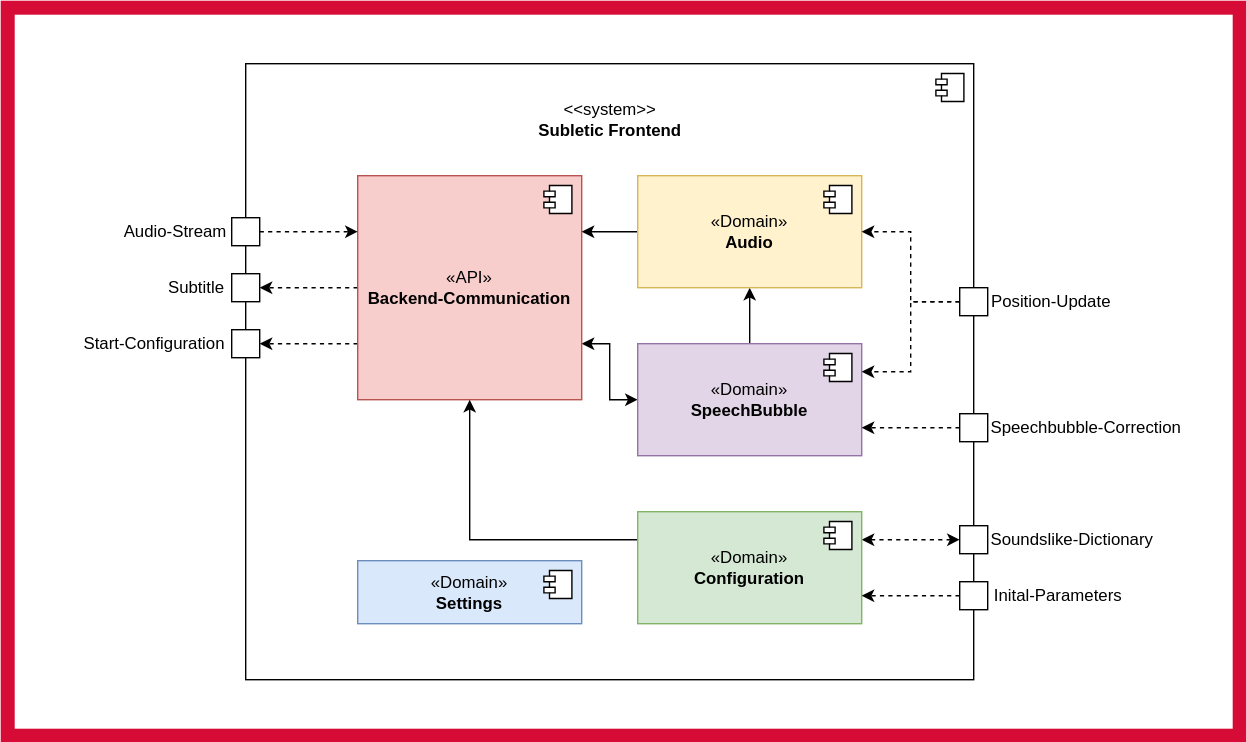
Subletic/Documentation keeps this draw.io diagram as TechnicalDocumentation/arc42/img/Bausteinsicht_1_Frontend.drawio.svg. Above is the earlier version. Source tidied: cells renumbered, new cells last; positions are measured from the earlier drawing's top-left corner, leaving out a move shared by most shapes.
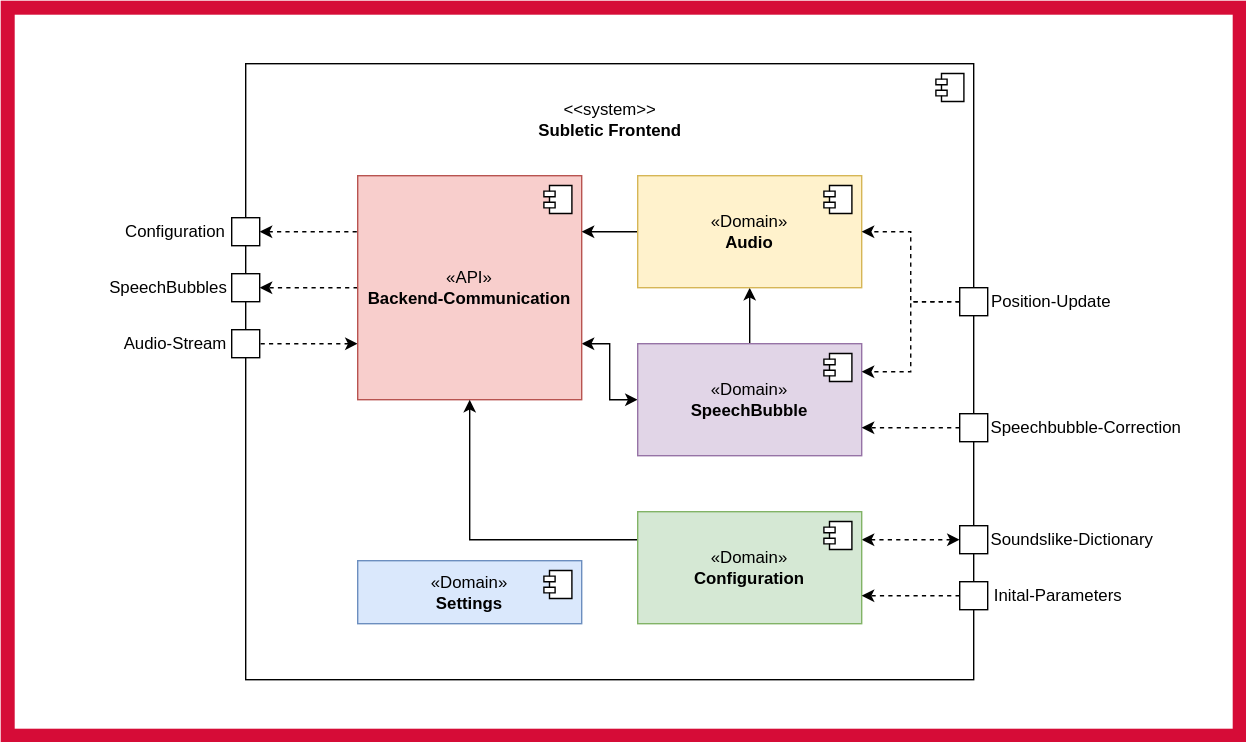
After the commit.

The edit, as a diff of the source:
```diff
@@ -24,7 +24,7 @@
     <mxCell id="6" style="edgeStyle=orthogonalEdgeStyle;rounded=0;jettySize=auto;html=1;exitX=1;exitY=0.75;exitDx=0;exitDy=0;entryX=0;entryY=0.5;entryDx=0;entryDy=0;startArrow=classic;startFill=1;" parent="1" edge="1" source="8" target="14">
       <mxGeometry relative="1" as="geometry" />
     </mxCell>
-    <mxCell id="7" style="edgeStyle=orthogonalEdgeStyle;rounded=0;jettySize=auto;html=1;exitX=0;exitY=0.75;exitDx=0;exitDy=0;entryX=1;entryY=0.5;entryDx=0;entryDy=0;dashed=1;" parent="1" edge="1" source="8" target="31">
+    <mxCell id="7" style="edgeStyle=orthogonalEdgeStyle;rounded=0;jettySize=auto;html=1;exitX=0;exitY=0.75;exitDx=0;exitDy=0;entryX=1;entryY=0.5;entryDx=0;entryDy=0;dashed=1;startArrow=classic;startFill=1;endArrow=none;endFill=0;" parent="1" edge="1" source="8" target="31">
       <mxGeometry relative="1" as="geometry" />
     </mxCell>
     <mxCell id="8" value="«API»&lt;br&gt;&lt;b&gt;Backend-Communication&lt;/b&gt;" style="html=1;whiteSpace=wrap;fillColor=#f8cecc;strokeColor=#b85450;" parent="1" vertex="1">
@@ -60,7 +60,7 @@
     <mxCell id="16" style="edgeStyle=orthogonalEdgeStyle;rounded=0;jettySize=auto;html=1;exitX=0;exitY=0.5;exitDx=0;exitDy=0;dashed=1;entryX=1;entryY=0.75;entryDx=0;entryDy=0;" parent="1" edge="1" source="24" target="14">
       <mxGeometry relative="1" as="geometry" />
     </mxCell>
-    <mxCell id="17" style="edgeStyle=orthogonalEdgeStyle;rounded=0;jettySize=auto;html=1;entryX=0;entryY=0.25;entryDx=0;entryDy=0;dashed=1;exitX=1;exitY=0.5;exitDx=0;exitDy=0;" parent="1" edge="1" source="18" target="8">
+    <mxCell id="17" style="edgeStyle=orthogonalEdgeStyle;rounded=0;jettySize=auto;html=1;entryX=0;entryY=0.25;entryDx=0;entryDy=0;dashed=1;exitX=1;exitY=0.5;exitDx=0;exitDy=0;startArrow=classic;startFill=1;endArrow=none;endFill=0;" parent="1" edge="1" source="18" target="8">
       <mxGeometry relative="1" as="geometry">
         <Array as="points">
           <mxPoint x="190" y="160" />
@@ -72,13 +72,13 @@
       <mxGeometry x="160" y="150" width="20" height="20" as="geometry" />
     </mxCell>
     <mxCell id="19" value="Audio-Stream" style="text;html=1;strokeColor=none;fillColor=none;align=center;verticalAlign=middle;whiteSpace=wrap;rounded=0;" parent="1" vertex="1">
-      <mxGeometry x="80" y="145" width="80" height="30" as="geometry" />
+      <mxGeometry x="80" y="225" width="80" height="30" as="geometry" />
     </mxCell>
     <mxCell id="20" style="rounded=0;whiteSpace=wrap;html=1;" parent="1" vertex="1">
       <mxGeometry x="160" y="190" width="20" height="20" as="geometry" />
     </mxCell>
-    <mxCell id="21" value="Start-Configuration" style="text;html=1;strokeColor=none;fillColor=none;align=center;verticalAlign=middle;whiteSpace=wrap;rounded=0;" parent="1" vertex="1">
-      <mxGeometry x="50" y="225" width="110" height="30" as="geometry" />
+    <mxCell id="21" value="Configuration" style="text;html=1;strokeColor=none;fillColor=none;align=center;verticalAlign=middle;whiteSpace=wrap;rounded=0;" parent="1" vertex="1">
+      <mxGeometry x="80" y="145" width="80" height="30" as="geometry" />
     </mxCell>
     <mxCell id="22" style="edgeStyle=orthogonalEdgeStyle;rounded=0;jettySize=auto;html=1;exitX=0;exitY=0.5;exitDx=0;exitDy=0;entryX=1;entryY=0.25;entryDx=0;entryDy=0;dashed=1;startArrow=classic;startFill=1;" parent="1" edge="1" source="23" target="29">
       <mxGeometry relative="1" as="geometry" />
@@ -112,8 +112,8 @@
     <mxCell id="31" style="rounded=0;whiteSpace=wrap;html=1;" parent="1" vertex="1">
       <mxGeometry x="160" y="230" width="20" height="20" as="geometry" />
     </mxCell>
-    <mxCell id="32" value="Subtitle" style="text;html=1;strokeColor=none;fillColor=none;align=center;verticalAlign=middle;whiteSpace=wrap;rounded=0;" parent="1" vertex="1">
-      <mxGeometry x="110" y="185" width="50" height="30" as="geometry" />
+    <mxCell id="32" value="SpeechBubbles" style="text;html=1;strokeColor=none;fillColor=none;align=center;verticalAlign=middle;whiteSpace=wrap;rounded=0;" parent="1" vertex="1">
+      <mxGeometry x="70" y="185" width="90" height="30" as="geometry" />
     </mxCell>
     <mxCell id="33" style="edgeStyle=orthogonalEdgeStyle;rounded=0;jettySize=auto;html=1;exitX=0;exitY=0.5;exitDx=0;exitDy=0;entryX=1;entryY=0.25;entryDx=0;entryDy=0;dashed=1;" parent="1" edge="1" source="35" target="14">
       <mxGeometry relative="1" as="geometry" />
```
